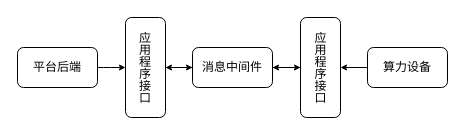
The draw.io diagram page "第 1 页" (1 of 3) of middleware.drawio in foreignbill/drawio, before the edit. Source tidied: cells renumbered, new cells numbered last; positions are measured from the earlier drawing's top-left corner, leaving out a move shared by most shapes. Both pictures are drawn from the tidied source at 100%, with x=0, y=0 at pixel (17, 17).
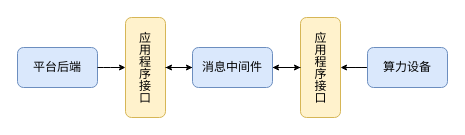
After the change.

Diff of the diagram source:
```diff
@@
 <mxGraphModel>
   <root>
     <mxCell id="0" />
     <mxCell id="1" parent="0" />
-    <mxCell id="2" value="&lt;font style=&quot;font-size: 12px;&quot;&gt;平台后端&lt;/font&gt;" style="rounded=1;whiteSpace=wrap;html=1;fillStyle=auto;fontFamily=Times New Roman;" parent="1" vertex="1">
+    <mxCell id="2" value="&lt;font style=&quot;font-size: 12px;&quot;&gt;平台后端&lt;/font&gt;" style="rounded=1;whiteSpace=wrap;html=1;fillStyle=auto;fontFamily=Times New Roman;fillColor=#dae8fc;strokeColor=#6c8ebf;" parent="1" vertex="1">
       <mxGeometry y="30" width="80" height="40" as="geometry" />
     </mxCell>
-    <mxCell id="3" value="&lt;p style=&quot;line-height: 0%;&quot;&gt;应&lt;/p&gt;&lt;p style=&quot;line-height: 0%;&quot;&gt;&lt;span style=&quot;background-color: initial;&quot;&gt;用&lt;/span&gt;&lt;/p&gt;&lt;p style=&quot;line-height: 0%;&quot;&gt;&lt;span style=&quot;background-color: initial;&quot;&gt;程&lt;/span&gt;&lt;/p&gt;&lt;p style=&quot;line-height: 0%;&quot;&gt;&lt;span style=&quot;background-color: initial;&quot;&gt;序&lt;/span&gt;&lt;/p&gt;&lt;p style=&quot;line-height: 0%;&quot;&gt;&lt;span style=&quot;background-color: initial;&quot;&gt;接&lt;/span&gt;&lt;/p&gt;&lt;p style=&quot;line-height: 0%;&quot;&gt;&lt;span style=&quot;background-color: initial;&quot;&gt;口&lt;/span&gt;&lt;/p&gt;" style="rounded=1;direction=south;align=center;fontFamily=Times New Roman;html=1;whiteSpace=wrap;" parent="1" vertex="1">
+    <mxCell id="3" value="&lt;p style=&quot;line-height: 0%;&quot;&gt;应&lt;/p&gt;&lt;p style=&quot;line-height: 0%;&quot;&gt;&lt;span style=&quot;background-color: initial;&quot;&gt;用&lt;/span&gt;&lt;/p&gt;&lt;p style=&quot;line-height: 0%;&quot;&gt;&lt;span style=&quot;background-color: initial;&quot;&gt;程&lt;/span&gt;&lt;/p&gt;&lt;p style=&quot;line-height: 0%;&quot;&gt;&lt;span style=&quot;background-color: initial;&quot;&gt;序&lt;/span&gt;&lt;/p&gt;&lt;p style=&quot;line-height: 0%;&quot;&gt;&lt;span style=&quot;background-color: initial;&quot;&gt;接&lt;/span&gt;&lt;/p&gt;&lt;p style=&quot;line-height: 0%;&quot;&gt;&lt;span style=&quot;background-color: initial;&quot;&gt;口&lt;/span&gt;&lt;/p&gt;" style="rounded=1;direction=south;align=center;fontFamily=Times New Roman;html=1;whiteSpace=wrap;fillColor=#fff2cc;strokeColor=#d6b656;" parent="1" vertex="1">
       <mxGeometry x="108" width="40" height="100" as="geometry" />
     </mxCell>
     <mxCell id="4" style="edgeStyle=orthogonalEdgeStyle;curved=1;rounded=0;jettySize=auto;html=1;exitX=1;exitY=0.5;exitDx=0;exitDy=0;entryX=0.5;entryY=1;entryDx=0;entryDy=0;strokeWidth=1;endSize=4;startSize=4;shadow=0;sketch=0;fontFamily=Times New Roman;" parent="1" edge="1" source="2" target="3">
       <mxGeometry relative="1" as="geometry" />
     </mxCell>
-    <mxCell id="5" value="&lt;p style=&quot;line-height: 100%;&quot;&gt;应&lt;br&gt;用&lt;br&gt;程&lt;br&gt;序&lt;br&gt;接&lt;br&gt;口&lt;/p&gt;" style="rounded=1;html=1;direction=south;fontFamily=Times New Roman;" parent="1" vertex="1">
+    <mxCell id="5" value="&lt;p style=&quot;line-height: 100%;&quot;&gt;应&lt;br&gt;用&lt;br&gt;程&lt;br&gt;序&lt;br&gt;接&lt;br&gt;口&lt;/p&gt;" style="rounded=1;html=1;direction=south;fontFamily=Times New Roman;fillColor=#fff2cc;strokeColor=#d6b656;" parent="1" vertex="1">
       <mxGeometry x="283" width="40" height="100" as="geometry" />
     </mxCell>
     <mxCell id="6" style="edgeStyle=orthogonalEdgeStyle;curved=1;rounded=0;jettySize=auto;html=1;exitX=0;exitY=0.5;exitDx=0;exitDy=0;entryX=0.5;entryY=0;entryDx=0;entryDy=0;strokeWidth=1;startSize=4;endSize=4;fontFamily=Times New Roman;" parent="1" edge="1" source="8" target="3">
       <mxGeometry relative="1" as="geometry" />
     </mxCell>
     <mxCell id="7" style="edgeStyle=orthogonalEdgeStyle;curved=1;rounded=0;jettySize=auto;html=1;exitX=1;exitY=0.5;exitDx=0;exitDy=0;entryX=0.5;entryY=1;entryDx=0;entryDy=0;strokeWidth=1;startSize=4;endSize=4;fontFamily=Times New Roman;" parent="1" edge="1" source="8" target="5">
       <mxGeometry relative="1" as="geometry" />
     </mxCell>
-    <mxCell id="8" value="消息中间件" style="rounded=1;whiteSpace=wrap;html=1;fontFamily=Times New Roman;" parent="1" vertex="1">
+    <mxCell id="8" value="消息中间件" style="rounded=1;whiteSpace=wrap;html=1;fontFamily=Times New Roman;fillColor=#dae8fc;strokeColor=#6c8ebf;" parent="1" vertex="1">
       <mxGeometry x="175" y="30" width="80" height="40" as="geometry" />
     </mxCell>
     <mxCell id="9" style="edgeStyle=orthogonalEdgeStyle;curved=1;rounded=0;jettySize=auto;html=1;exitX=0.5;exitY=0;exitDx=0;exitDy=0;entryX=0;entryY=0.5;entryDx=0;entryDy=0;strokeWidth=1;startSize=4;endSize=4;fontFamily=Times New Roman;" parent="1" edge="1" source="3" target="8">
       <mxGeometry relative="1" as="geometry" />
     </mxCell>
     <mxCell id="10" style="edgeStyle=orthogonalEdgeStyle;curved=1;rounded=0;jettySize=auto;html=1;exitX=0.5;exitY=1;exitDx=0;exitDy=0;entryX=1;entryY=0.5;entryDx=0;entryDy=0;strokeWidth=1;startSize=4;endSize=4;fontFamily=Times New Roman;" parent="1" edge="1" source="5" target="8">
       <mxGeometry relative="1" as="geometry" />
     </mxCell>
     <mxCell id="11" style="edgeStyle=orthogonalEdgeStyle;curved=1;rounded=0;jettySize=auto;html=1;exitX=0;exitY=0.5;exitDx=0;exitDy=0;entryX=0.5;entryY=0;entryDx=0;entryDy=0;strokeWidth=1;startSize=4;endSize=4;fontFamily=Times New Roman;" parent="1" edge="1" source="12" target="5">
       <mxGeometry relative="1" as="geometry" />
     </mxCell>
-    <mxCell id="12" value="算力设备" style="rounded=1;whiteSpace=wrap;html=1;fontFamily=Times New Roman;" parent="1" vertex="1">
+    <mxCell id="12" value="算力设备" style="rounded=1;whiteSpace=wrap;html=1;fontFamily=Times New Roman;fillColor=#dae8fc;strokeColor=#6c8ebf;" parent="1" vertex="1">
       <mxGeometry x="350" y="30" width="80" height="40" as="geometry" />
     </mxCell>
   </root>
 </mxGraphModel>
```
